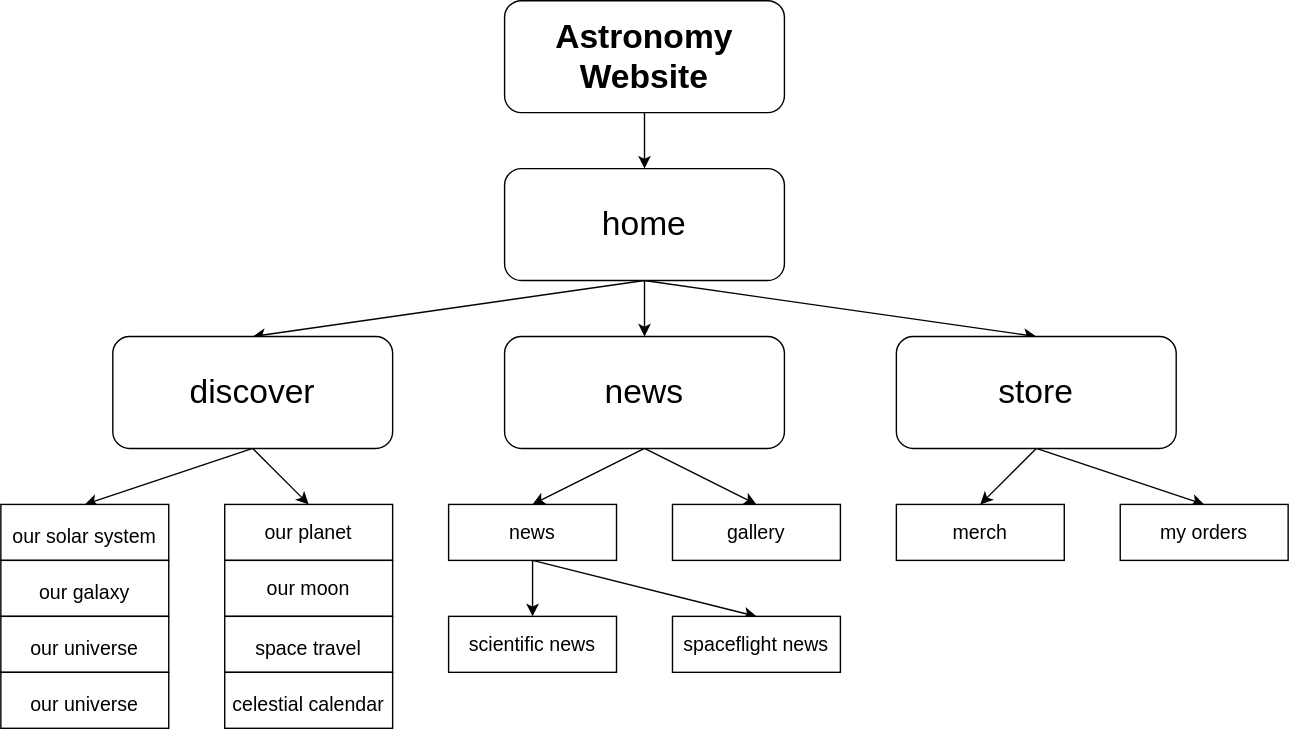
JacTBB/IT1152-Astronomy-Website keeps this draw.io diagram as concept/concept.drawio.svg. Above is the earlier version. Source tidied: cells renumbered, new cells last; positions are measured from the earlier drawing's top-left corner, leaving out a move shared by most shapes. Source of this version:
```xml
<mxGraphModel>
  <root>
    <mxCell id="0" />
    <mxCell id="1" parent="0" />
    <mxCell id="2" style="edgeStyle=none;html=1;exitX=0.5;exitY=1;exitDx=0;exitDy=0;entryX=0.5;entryY=0;entryDx=0;entryDy=0;fontSize=24;" parent="1" edge="1" source="3" target="7">
      <mxGeometry relative="1" as="geometry" />
    </mxCell>
    <mxCell id="3" value="&lt;font style=&quot;font-size: 24px;&quot;&gt;&lt;b&gt;Astronomy Website&lt;/b&gt;&lt;/font&gt;" style="rounded=1;whiteSpace=wrap;html=1;" parent="1" vertex="1">
      <mxGeometry x="360" width="200" height="80" as="geometry" />
    </mxCell>
    <mxCell id="4" style="edgeStyle=none;html=1;exitX=0.5;exitY=1;exitDx=0;exitDy=0;entryX=0.5;entryY=0;entryDx=0;entryDy=0;fontSize=24;" parent="1" edge="1" source="7" target="10">
      <mxGeometry relative="1" as="geometry" />
    </mxCell>
    <mxCell id="5" style="edgeStyle=none;html=1;exitX=0.5;exitY=1;exitDx=0;exitDy=0;entryX=0.5;entryY=0;entryDx=0;entryDy=0;fontSize=24;" parent="1" edge="1" source="7" target="13">
      <mxGeometry relative="1" as="geometry" />
    </mxCell>
    <mxCell id="6" style="edgeStyle=none;html=1;exitX=0.5;exitY=1;exitDx=0;exitDy=0;entryX=0.5;entryY=0;entryDx=0;entryDy=0;fontSize=24;" parent="1" edge="1" source="7" target="16">
      <mxGeometry relative="1" as="geometry" />
    </mxCell>
    <mxCell id="7" value="&lt;span style=&quot;font-size: 24px;&quot;&gt;home&lt;/span&gt;" style="rounded=1;whiteSpace=wrap;html=1;" parent="1" vertex="1">
      <mxGeometry x="360" y="120" width="200" height="80" as="geometry" />
    </mxCell>
    <mxCell id="8" style="edgeStyle=none;html=1;exitX=0.5;exitY=1;exitDx=0;exitDy=0;entryX=0.5;entryY=0;entryDx=0;entryDy=0;fontSize=24;" parent="1" edge="1" source="10" target="17">
      <mxGeometry relative="1" as="geometry" />
    </mxCell>
    <mxCell id="9" style="edgeStyle=none;html=1;exitX=0.5;exitY=1;exitDx=0;exitDy=0;entryX=0.5;entryY=0;entryDx=0;entryDy=0;fontSize=24;" parent="1" edge="1" source="10" target="18">
      <mxGeometry relative="1" as="geometry" />
    </mxCell>
    <mxCell id="10" value="&lt;span style=&quot;font-size: 24px;&quot;&gt;store&lt;/span&gt;" style="rounded=1;whiteSpace=wrap;html=1;" parent="1" vertex="1">
      <mxGeometry x="640" y="240" width="200" height="80" as="geometry" />
    </mxCell>
    <mxCell id="11" style="edgeStyle=none;html=1;exitX=0.5;exitY=1;exitDx=0;exitDy=0;entryX=0.5;entryY=0;entryDx=0;entryDy=0;fontSize=24;" parent="1" edge="1" source="13" target="22">
      <mxGeometry relative="1" as="geometry" />
    </mxCell>
    <mxCell id="12" style="edgeStyle=none;html=1;exitX=0.5;exitY=1;exitDx=0;exitDy=0;entryX=0.5;entryY=0;entryDx=0;entryDy=0;fontSize=24;" parent="1" edge="1" source="13" target="21">
      <mxGeometry relative="1" as="geometry" />
    </mxCell>
    <mxCell id="13" value="&lt;span style=&quot;font-size: 24px;&quot;&gt;news&lt;/span&gt;" style="rounded=1;whiteSpace=wrap;html=1;" parent="1" vertex="1">
      <mxGeometry x="360" y="240" width="200" height="80" as="geometry" />
    </mxCell>
    <mxCell id="14" style="edgeStyle=none;html=1;exitX=0.5;exitY=1;exitDx=0;exitDy=0;entryX=0.5;entryY=0;entryDx=0;entryDy=0;fontSize=14;" parent="1" edge="1" source="16" target="23">
      <mxGeometry relative="1" as="geometry" />
    </mxCell>
    <mxCell id="15" style="edgeStyle=none;html=1;exitX=0.5;exitY=1;exitDx=0;exitDy=0;entryX=0.5;entryY=0;entryDx=0;entryDy=0;fontSize=14;" parent="1" edge="1" source="16" target="25">
      <mxGeometry relative="1" as="geometry" />
    </mxCell>
    <mxCell id="16" value="&lt;span style=&quot;font-size: 24px;&quot;&gt;discover&lt;/span&gt;" style="rounded=1;whiteSpace=wrap;html=1;" parent="1" vertex="1">
      <mxGeometry x="80" y="240" width="200" height="80" as="geometry" />
    </mxCell>
    <mxCell id="17" value="merch" style="rounded=0;whiteSpace=wrap;html=1;fontSize=14;" parent="1" vertex="1">
      <mxGeometry x="640" y="360" width="120" height="40" as="geometry" />
    </mxCell>
    <mxCell id="18" value="my orders" style="rounded=0;whiteSpace=wrap;html=1;fontSize=14;" parent="1" vertex="1">
      <mxGeometry x="800" y="360" width="120" height="40" as="geometry" />
    </mxCell>
    <mxCell id="19" style="edgeStyle=none;html=1;exitX=0.5;exitY=1;exitDx=0;exitDy=0;entryX=0.5;entryY=0;entryDx=0;entryDy=0;fontSize=14;" parent="1" edge="1" source="21" target="31">
      <mxGeometry relative="1" as="geometry" />
    </mxCell>
    <mxCell id="20" style="edgeStyle=none;html=1;exitX=0.5;exitY=1;exitDx=0;exitDy=0;entryX=0.5;entryY=0;entryDx=0;entryDy=0;fontSize=14;" parent="1" edge="1" source="21" target="32">
      <mxGeometry relative="1" as="geometry" />
    </mxCell>
    <mxCell id="21" value="news" style="rounded=0;whiteSpace=wrap;html=1;fontSize=14;" parent="1" vertex="1">
      <mxGeometry x="320" y="360" width="120" height="40" as="geometry" />
    </mxCell>
    <mxCell id="22" value="gallery" style="rounded=0;whiteSpace=wrap;html=1;fontSize=14;" parent="1" vertex="1">
      <mxGeometry x="480" y="360" width="120" height="40" as="geometry" />
    </mxCell>
    <mxCell id="23" value="our planet" style="rounded=0;whiteSpace=wrap;html=1;fontSize=14;" parent="1" vertex="1">
      <mxGeometry x="160" y="360" width="120" height="40" as="geometry" />
    </mxCell>
    <mxCell id="24" value="our moon" style="rounded=0;whiteSpace=wrap;html=1;fontSize=14;" parent="1" vertex="1">
      <mxGeometry x="160" y="400" width="120" height="40" as="geometry" />
    </mxCell>
    <mxCell id="25" value="&lt;font style=&quot;font-size: 14px;&quot;&gt;our solar system&lt;/font&gt;" style="rounded=0;whiteSpace=wrap;html=1;fontSize=24;" parent="1" vertex="1">
      <mxGeometry y="360" width="120" height="40" as="geometry" />
    </mxCell>
    <mxCell id="26" value="&lt;font style=&quot;font-size: 14px;&quot;&gt;our galaxy&lt;/font&gt;" style="rounded=0;whiteSpace=wrap;html=1;fontSize=24;" parent="1" vertex="1">
      <mxGeometry y="400" width="120" height="40" as="geometry" />
    </mxCell>
    <mxCell id="27" value="&lt;font style=&quot;font-size: 14px;&quot;&gt;our universe&lt;/font&gt;" style="rounded=0;whiteSpace=wrap;html=1;fontSize=24;" parent="1" vertex="1">
      <mxGeometry y="440" width="120" height="40" as="geometry" />
    </mxCell>
    <mxCell id="28" value="&lt;font style=&quot;font-size: 14px;&quot;&gt;space travel&lt;/font&gt;" style="rounded=0;whiteSpace=wrap;html=1;fontSize=24;" parent="1" vertex="1">
      <mxGeometry x="160" y="440" width="120" height="40" as="geometry" />
    </mxCell>
    <mxCell id="29" value="&lt;font style=&quot;font-size: 14px;&quot;&gt;our universe&lt;/font&gt;" style="rounded=0;whiteSpace=wrap;html=1;fontSize=24;" parent="1" vertex="1">
      <mxGeometry y="480" width="120" height="40" as="geometry" />
    </mxCell>
    <mxCell id="30" value="&lt;font style=&quot;font-size: 14px;&quot;&gt;celestial calendar&lt;/font&gt;" style="rounded=0;whiteSpace=wrap;html=1;fontSize=24;" parent="1" vertex="1">
      <mxGeometry x="160" y="480" width="120" height="40" as="geometry" />
    </mxCell>
    <mxCell id="31" value="scientific news" style="rounded=0;whiteSpace=wrap;html=1;fontSize=14;" parent="1" vertex="1">
      <mxGeometry x="320" y="440" width="120" height="40" as="geometry" />
    </mxCell>
    <mxCell id="32" value="spaceflight news" style="rounded=0;whiteSpace=wrap;html=1;fontSize=14;" parent="1" vertex="1">
      <mxGeometry x="480" y="440" width="120" height="40" as="geometry" />
    </mxCell>
  </root>
</mxGraphModel>
```
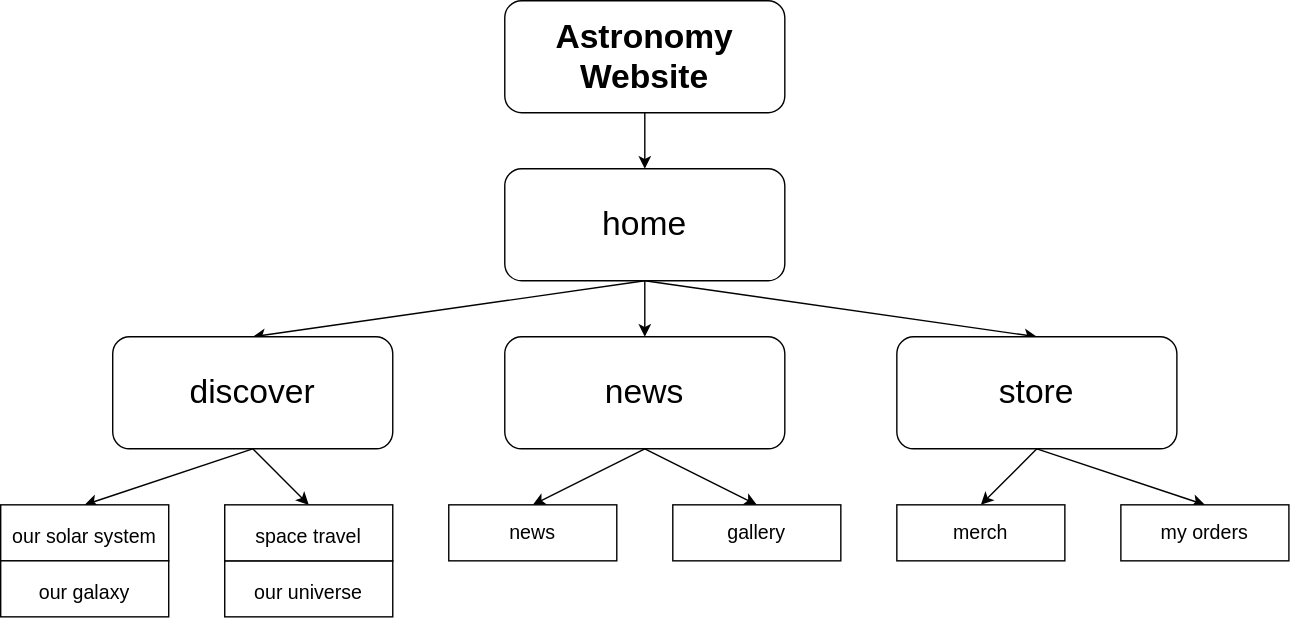
After the commit.

Diff of the diagram source:
```diff
@@ -38,8 +38,10 @@
     <mxCell id="13" value="&lt;span style=&quot;font-size: 24px;&quot;&gt;news&lt;/span&gt;" style="rounded=1;whiteSpace=wrap;html=1;" parent="1" vertex="1">
       <mxGeometry x="360" y="240" width="200" height="80" as="geometry" />
     </mxCell>
-    <mxCell id="14" style="edgeStyle=none;html=1;exitX=0.5;exitY=1;exitDx=0;exitDy=0;entryX=0.5;entryY=0;entryDx=0;entryDy=0;fontSize=14;" parent="1" edge="1" source="16" target="23">
-      <mxGeometry relative="1" as="geometry" />
+    <mxCell id="14" style="edgeStyle=none;html=1;exitX=0.5;exitY=1;exitDx=0;exitDy=0;entryX=0.5;entryY=0;entryDx=0;entryDy=0;fontSize=14;" parent="1" edge="1" source="16">
+      <mxGeometry relative="1" as="geometry">
+        <mxPoint x="220" y="360" as="targetPoint" />
+      </mxGeometry>
     </mxCell>
     <mxCell id="15" style="edgeStyle=none;html=1;exitX=0.5;exitY=1;exitDx=0;exitDy=0;entryX=0.5;entryY=0;entryDx=0;entryDy=0;fontSize=14;" parent="1" edge="1" source="16" target="25">
       <mxGeometry relative="1" as="geometry" />
@@ -53,24 +55,12 @@
     <mxCell id="18" value="my orders" style="rounded=0;whiteSpace=wrap;html=1;fontSize=14;" parent="1" vertex="1">
       <mxGeometry x="800" y="360" width="120" height="40" as="geometry" />
     </mxCell>
-    <mxCell id="19" style="edgeStyle=none;html=1;exitX=0.5;exitY=1;exitDx=0;exitDy=0;entryX=0.5;entryY=0;entryDx=0;entryDy=0;fontSize=14;" parent="1" edge="1" source="21" target="31">
-      <mxGeometry relative="1" as="geometry" />
-    </mxCell>
-    <mxCell id="20" style="edgeStyle=none;html=1;exitX=0.5;exitY=1;exitDx=0;exitDy=0;entryX=0.5;entryY=0;entryDx=0;entryDy=0;fontSize=14;" parent="1" edge="1" source="21" target="32">
-      <mxGeometry relative="1" as="geometry" />
-    </mxCell>
     <mxCell id="21" value="news" style="rounded=0;whiteSpace=wrap;html=1;fontSize=14;" parent="1" vertex="1">
       <mxGeometry x="320" y="360" width="120" height="40" as="geometry" />
     </mxCell>
     <mxCell id="22" value="gallery" style="rounded=0;whiteSpace=wrap;html=1;fontSize=14;" parent="1" vertex="1">
       <mxGeometry x="480" y="360" width="120" height="40" as="geometry" />
     </mxCell>
-    <mxCell id="23" value="our planet" style="rounded=0;whiteSpace=wrap;html=1;fontSize=14;" parent="1" vertex="1">
-      <mxGeometry x="160" y="360" width="120" height="40" as="geometry" />
-    </mxCell>
-    <mxCell id="24" value="our moon" style="rounded=0;whiteSpace=wrap;html=1;fontSize=14;" parent="1" vertex="1">
-      <mxGeometry x="160" y="400" width="120" height="40" as="geometry" />
-    </mxCell>
     <mxCell id="25" value="&lt;font style=&quot;font-size: 14px;&quot;&gt;our solar system&lt;/font&gt;" style="rounded=0;whiteSpace=wrap;html=1;fontSize=24;" parent="1" vertex="1">
       <mxGeometry y="360" width="120" height="40" as="geometry" />
     </mxCell>
@@ -78,22 +68,10 @@
       <mxGeometry y="400" width="120" height="40" as="geometry" />
     </mxCell>
     <mxCell id="27" value="&lt;font style=&quot;font-size: 14px;&quot;&gt;our universe&lt;/font&gt;" style="rounded=0;whiteSpace=wrap;html=1;fontSize=24;" parent="1" vertex="1">
-      <mxGeometry y="440" width="120" height="40" as="geometry" />
+      <mxGeometry x="160" y="400" width="120" height="40" as="geometry" />
     </mxCell>
     <mxCell id="28" value="&lt;font style=&quot;font-size: 14px;&quot;&gt;space travel&lt;/font&gt;" style="rounded=0;whiteSpace=wrap;html=1;fontSize=24;" parent="1" vertex="1">
-      <mxGeometry x="160" y="440" width="120" height="40" as="geometry" />
+      <mxGeometry x="160" y="360" width="120" height="40" as="geometry" />
     </mxCell>
-    <mxCell id="29" value="&lt;font style=&quot;font-size: 14px;&quot;&gt;our universe&lt;/font&gt;" style="rounded=0;whiteSpace=wrap;html=1;fontSize=24;" parent="1" vertex="1">
-      <mxGeometry y="480" width="120" height="40" as="geometry" />
-    </mxCell>
-    <mxCell id="30" value="&lt;font style=&quot;font-size: 14px;&quot;&gt;celestial calendar&lt;/font&gt;" style="rounded=0;whiteSpace=wrap;html=1;fontSize=24;" parent="1" vertex="1">
-      <mxGeometry x="160" y="480" width="120" height="40" as="geometry" />
-    </mxCell>
-    <mxCell id="31" value="scientific news" style="rounded=0;whiteSpace=wrap;html=1;fontSize=14;" parent="1" vertex="1">
-      <mxGeometry x="320" y="440" width="120" height="40" as="geometry" />
-    </mxCell>
-    <mxCell id="32" value="spaceflight news" style="rounded=0;whiteSpace=wrap;html=1;fontSize=14;" parent="1" vertex="1">
-      <mxGeometry x="480" y="440" width="120" height="40" as="geometry" />
-    </mxCell>
   </root>
 </mxGraphModel>
```
